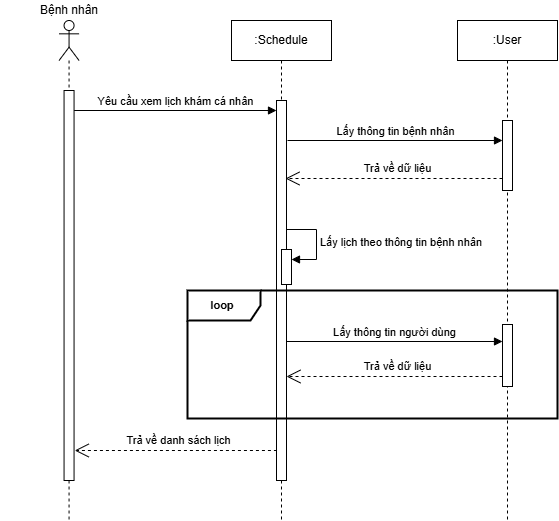
Earlier version of the draw.io export latex_20241/Images/sequence/schedule/getByPatient.drawio.png (techcomrade/fmECG). Source tidied: cells renumbered, new cells last; positions are measured from the earlier drawing's top-left corner, leaving out a move shared by most shapes. Source of this version:
```xml
<mxGraphModel>
  <root>
    <mxCell id="0" />
    <mxCell id="1" parent="0" />
    <mxCell id="2" value="Yêu cầu xem lịch khám cá nhân" style="html=1;verticalAlign=bottom;endArrow=block;curved=0;rounded=0;" parent="1" edge="1" target="7">
      <mxGeometry relative="1" as="geometry">
        <mxPoint x="73.6" y="110" as="sourcePoint" />
      </mxGeometry>
    </mxCell>
    <mxCell id="3" value="&lt;div&gt;&lt;br&gt;&lt;/div&gt;" style="shape=umlLifeline;perimeter=lifelinePerimeter;whiteSpace=wrap;html=1;newEdgeStyle={&quot;curved&quot;:0,&quot;rounded&quot;:0};participant=umlActor;" parent="1" vertex="1">
      <mxGeometry x="58.6" y="20" width="20" height="500" as="geometry" />
    </mxCell>
    <mxCell id="4" style="html=1;perimeter=orthogonalPerimeter;targetShapes=umlLifeline;newEdgeStyle={&quot;curved&quot;:0,&quot;rounded&quot;:0};" parent="3" vertex="1">
      <mxGeometry x="5" y="70" width="10" height="390" as="geometry" />
    </mxCell>
    <mxCell id="5" value="Bệnh nhân" style="text;html=1;strokeColor=none;fillColor=none;align=center;verticalAlign=middle;whiteSpace=wrap;rounded=0;" parent="1" vertex="1">
      <mxGeometry x="-0.3" width="137.6" height="20" as="geometry" />
    </mxCell>
    <mxCell id="6" value=":Schedule" style="shape=umlLifeline;perimeter=lifelinePerimeter;whiteSpace=wrap;html=1;newEdgeStyle={&quot;curved&quot;:0,&quot;rounded&quot;:0};" parent="1" vertex="1">
      <mxGeometry x="231" y="20" width="100" height="500" as="geometry" />
    </mxCell>
    <mxCell id="7" style="html=1;points=[[0,0,0,0,5],[0,1,0,0,-5],[1,0,0,0,5],[1,1,0,0,-5]];perimeter=orthogonalPerimeter;outlineConnect=0;targetShapes=umlLifeline;portConstraint=eastwest;newEdgeStyle={&quot;curved&quot;:0,&quot;rounded&quot;:0};" parent="6" vertex="1">
      <mxGeometry x="45" y="80" width="10" height="380" as="geometry" />
    </mxCell>
    <mxCell id="8" style="html=1;points=[[0,0,0,0,5],[0,1,0,0,-5],[1,0,0,0,5],[1,1,0,0,-5]];perimeter=orthogonalPerimeter;outlineConnect=0;targetShapes=umlLifeline;portConstraint=eastwest;newEdgeStyle={&quot;curved&quot;:0,&quot;rounded&quot;:0};" parent="6" vertex="1">
      <mxGeometry x="50" y="229" width="10" height="35" as="geometry" />
    </mxCell>
    <mxCell id="9" value="Lấy lịch theo thông tin bệnh nhân" style="html=1;align=left;spacingLeft=2;endArrow=block;rounded=0;edgeStyle=orthogonalEdgeStyle;curved=0;rounded=0;" parent="6" edge="1" target="8">
      <mxGeometry relative="1" as="geometry">
        <mxPoint x="55" y="209" as="sourcePoint" />
        <Array as="points">
          <mxPoint x="85" y="239" />
        </Array>
      </mxGeometry>
    </mxCell>
    <mxCell id="10" value="Trả về danh sách lịch" style="endArrow=open;endSize=12;dashed=1;html=1;rounded=0;" parent="1" edge="1">
      <mxGeometry x="-0.03" y="-10" relative="1" as="geometry">
        <mxPoint x="276.4" y="450" as="sourcePoint" />
        <mxPoint x="74.2" y="450" as="targetPoint" />
      </mxGeometry>
    </mxCell>
    <mxCell id="11" value="&lt;b&gt;&lt;font style=&quot;font-size: 11px;&quot;&gt;loop&amp;nbsp;&lt;/font&gt;&lt;/b&gt;" style="shape=umlFrame;whiteSpace=wrap;html=1;width=73;height=30;strokeWidth=2;" parent="1" vertex="1">
      <mxGeometry x="187" y="290" width="370" height="128" as="geometry" />
    </mxCell>
    <mxCell id="12" value=":User" style="shape=umlLifeline;perimeter=lifelinePerimeter;whiteSpace=wrap;html=1;newEdgeStyle={&quot;curved&quot;:0,&quot;rounded&quot;:0};" parent="1" vertex="1">
      <mxGeometry x="457" y="20" width="100" height="500" as="geometry" />
    </mxCell>
    <mxCell id="13" style="html=1;points=[[0,0,0,0,5],[0,1,0,0,-5],[1,0,0,0,5],[1,1,0,0,-5]];perimeter=orthogonalPerimeter;outlineConnect=0;targetShapes=umlLifeline;portConstraint=eastwest;newEdgeStyle={&quot;curved&quot;:0,&quot;rounded&quot;:0};" parent="12" vertex="1">
      <mxGeometry x="45" y="304" width="10" height="62" as="geometry" />
    </mxCell>
    <mxCell id="14" style="html=1;points=[[0,0,0,0,5],[0,1,0,0,-5],[1,0,0,0,5],[1,1,0,0,-5]];perimeter=orthogonalPerimeter;outlineConnect=0;targetShapes=umlLifeline;portConstraint=eastwest;newEdgeStyle={&quot;curved&quot;:0,&quot;rounded&quot;:0};" parent="12" vertex="1">
      <mxGeometry x="45" y="100" width="10" height="70" as="geometry" />
    </mxCell>
    <mxCell id="15" value="Lấy thông tin người dùng" style="html=1;verticalAlign=bottom;endArrow=block;curved=0;rounded=0;" parent="1" edge="1" target="13">
      <mxGeometry relative="1" as="geometry">
        <mxPoint x="286" y="341" as="sourcePoint" />
      </mxGeometry>
    </mxCell>
    <mxCell id="16" value="Trả về dữ liệu" style="endArrow=open;endSize=12;dashed=1;html=1;rounded=0;" parent="1" edge="1" source="13">
      <mxGeometry x="-0.03" y="-10" relative="1" as="geometry">
        <mxPoint x="286" y="376" as="targetPoint" />
      </mxGeometry>
    </mxCell>
    <mxCell id="17" value="Lấy thông tin bệnh nhân" style="html=1;verticalAlign=bottom;endArrow=block;curved=0;rounded=0;" parent="1" edge="1" target="14">
      <mxGeometry relative="1" as="geometry">
        <mxPoint x="287" y="140" as="sourcePoint" />
      </mxGeometry>
    </mxCell>
    <mxCell id="18" value="Trả về dữ liệu" style="endArrow=open;endSize=12;dashed=1;html=1;rounded=0;" parent="1" edge="1" source="14">
      <mxGeometry x="-0.03" y="-10" relative="1" as="geometry">
        <mxPoint x="285" y="178" as="targetPoint" />
      </mxGeometry>
    </mxCell>
  </root>
</mxGraphModel>
```
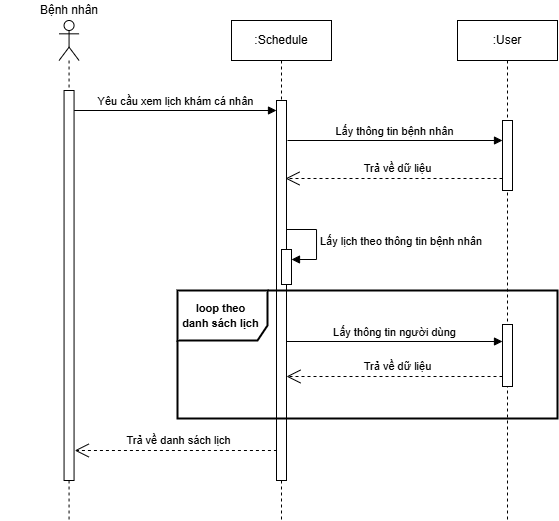
After the commit.

What changed in the source:
```diff
@@ -39,8 +39,8 @@
         <mxPoint x="74.2" y="450" as="targetPoint" />
       </mxGeometry>
     </mxCell>
-    <mxCell id="11" value="&lt;b&gt;&lt;font style=&quot;font-size: 11px;&quot;&gt;loop&amp;nbsp;&lt;/font&gt;&lt;/b&gt;" style="shape=umlFrame;whiteSpace=wrap;html=1;width=73;height=30;strokeWidth=2;" parent="1" vertex="1">
-      <mxGeometry x="187" y="290" width="370" height="128" as="geometry" />
+    <mxCell id="11" value="&lt;b&gt;&lt;font style=&quot;font-size: 11px;&quot;&gt;loop theo&amp;nbsp;&lt;/font&gt;&lt;/b&gt;&lt;div&gt;&lt;b&gt;&lt;font style=&quot;font-size: 11px;&quot;&gt;danh sách lịch&amp;nbsp;&lt;/font&gt;&lt;/b&gt;&lt;/div&gt;" style="shape=umlFrame;whiteSpace=wrap;html=1;width=90;height=50;strokeWidth=2;" parent="1" vertex="1">
+      <mxGeometry x="177" y="290" width="380" height="128" as="geometry" />
     </mxCell>
     <mxCell id="12" value=":User" style="shape=umlLifeline;perimeter=lifelinePerimeter;whiteSpace=wrap;html=1;newEdgeStyle={&quot;curved&quot;:0,&quot;rounded&quot;:0};" parent="1" vertex="1">
       <mxGeometry x="457" y="20" width="100" height="500" as="geometry" />
```
